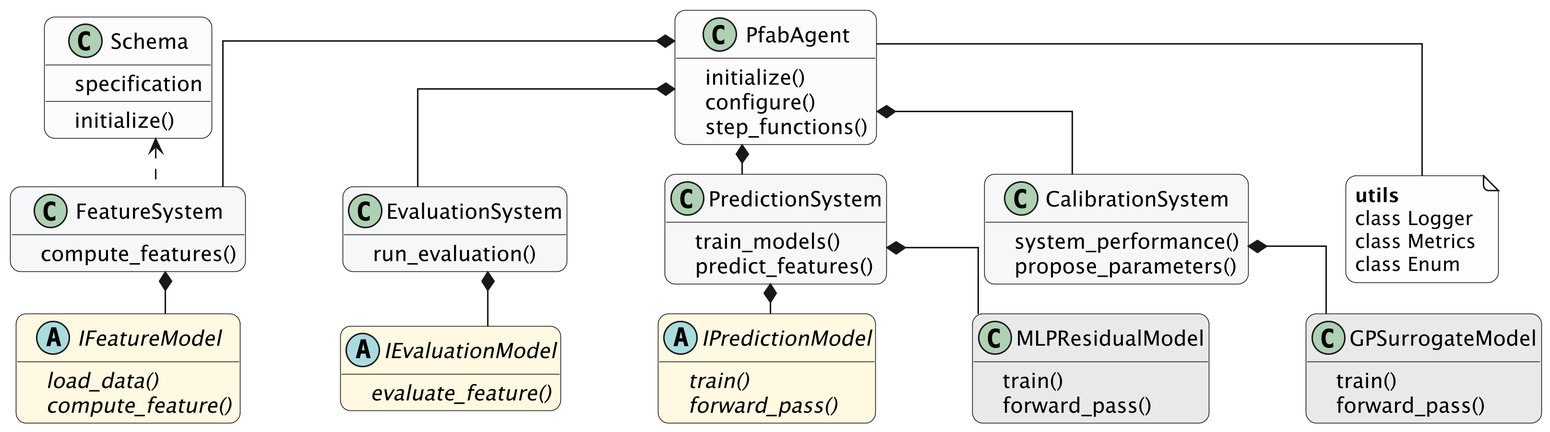
Earlier version of the PlantUML export UML_diagram.png (luca-bettermann/pred-fab).
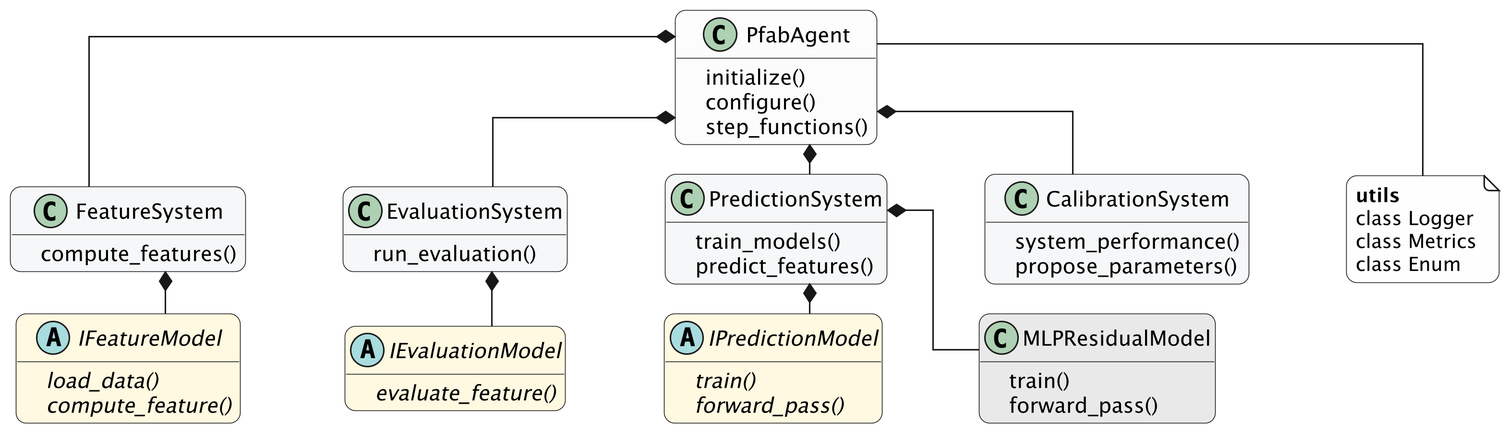
The same diagram one commit later.

Commit message:
adjustment uml

The edit, as a diff of the source:
```diff
@@ -34,10 +34,6 @@
 skinparam roundcorner 14
 hide empty fields
 
-class Schema COL_AGENT {
-    - specification
-    + initialize()
-}
 
 class PfabAgent COL_AGENT {
     + initialize()
@@ -51,6 +47,7 @@
   class Metrics
   class Enum
 end note
+
 
 class FeatureSystem COL_SYS_FEAT {
     + compute_features()
@@ -84,10 +81,6 @@
     + {abstract} forward_pass()
 }
 
-class GPSurrogateModel COL_GPS {
-    + train()
-    + forward_pass()
-}
 
 class MLPResidualModel COL_MLP {
     + train()
@@ -100,12 +93,10 @@
 PfabAgent -[hidden]down- PredictionSystem
 PfabAgent -[hidden]down- CalibrationSystem
 
-Schema -[hidden]down- FeatureSystem
-
 FeatureSystem -[hidden]down- IFeatureModel
 EvaluationSystem -[hidden]down- IEvaluationModel
 PredictionSystem -[hidden]down- IPredictionModel
-CalibrationSystem -[hidden]down- GPSurrogateModel
+
 
 FeatureSystem -[hidden]right- EvaluationSystem
 EvaluationSystem -[hidden]right- PredictionSystem
@@ -113,9 +104,7 @@
 
 IFeatureModel -[hidden]right- IEvaluationModel
 IEvaluationModel -[hidden]right- IPredictionModel
-IPredictionModel -[hidden]right- GPSurrogateModel
 IPredictionModel -[hidden]right- MLPResidualModel
-MLPResidualModel -[hidden]right- GPSurrogateModel
 
 
 PfabAgent *-- FeatureSystem
@@ -123,14 +112,11 @@
 PfabAgent *-- PredictionSystem
 PfabAgent *-- CalibrationSystem
 
-Schema <.. FeatureSystem
-
 PfabAgent *-- utils
 
 FeatureSystem *-- IFeatureModel
 EvaluationSystem *-- IEvaluationModel
 PredictionSystem *-- IPredictionModel
 PredictionSystem *-- MLPResidualModel
-CalibrationSystem *-- GPSurrogateModel
 
 @enduml
```
